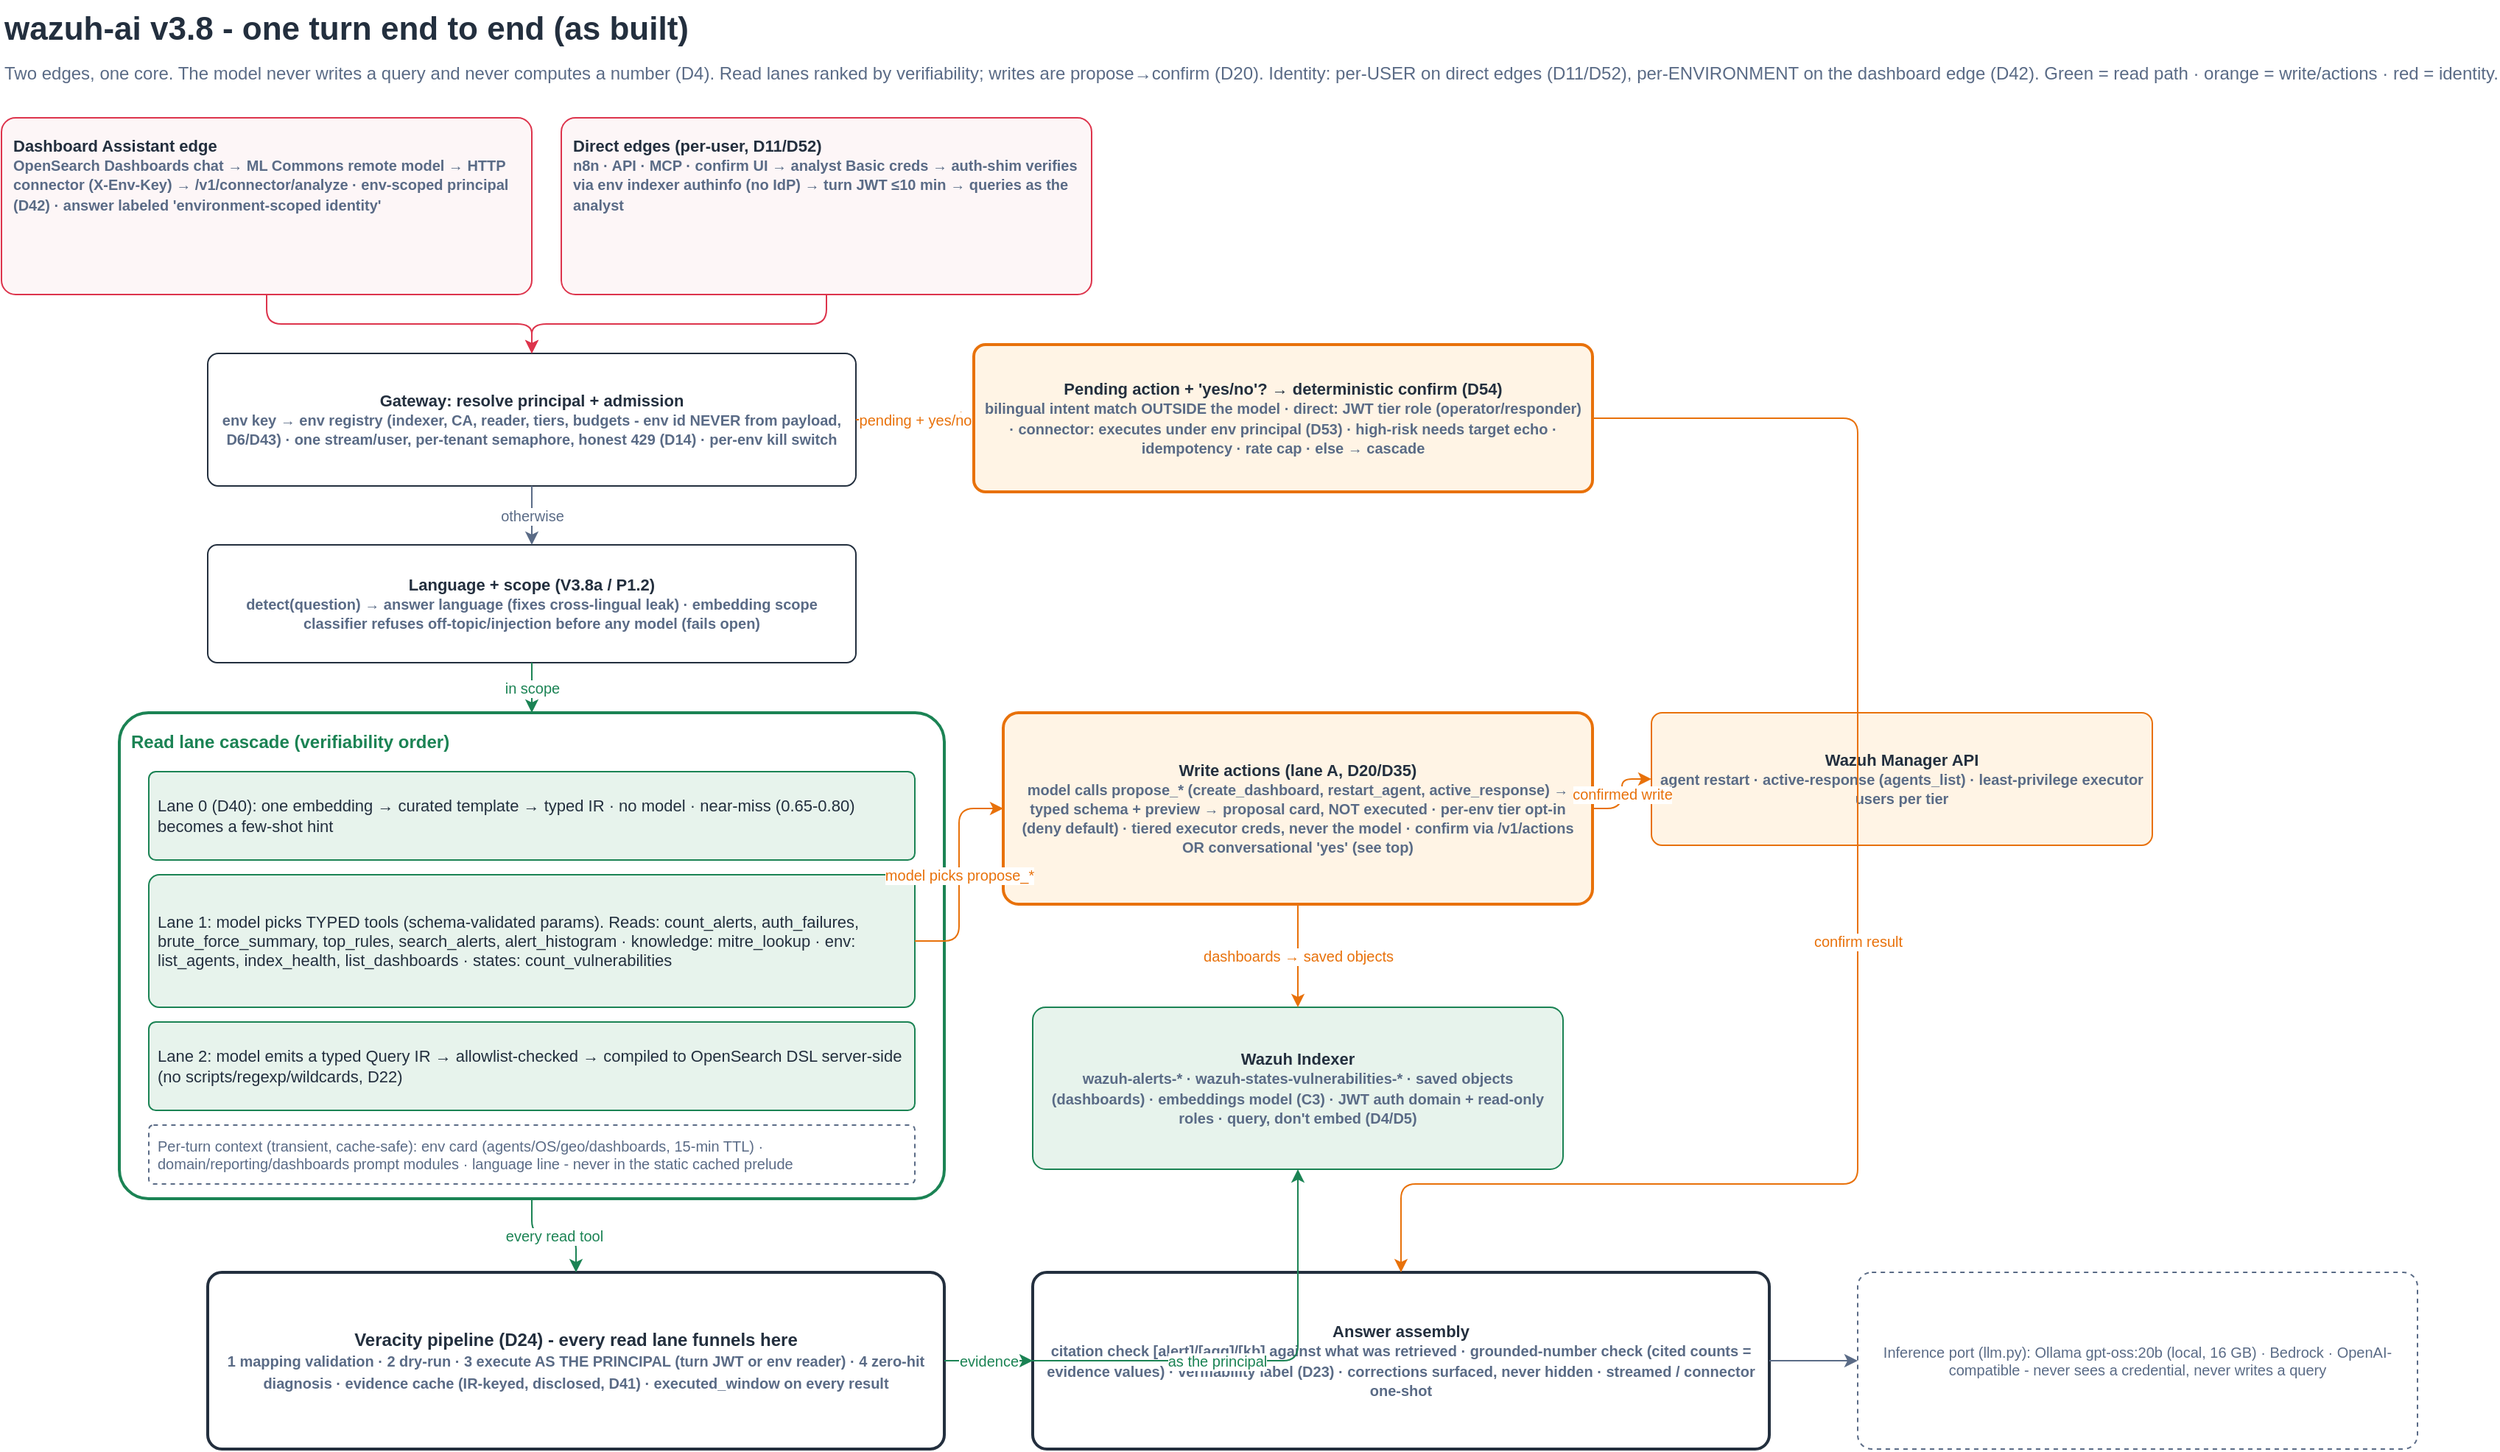
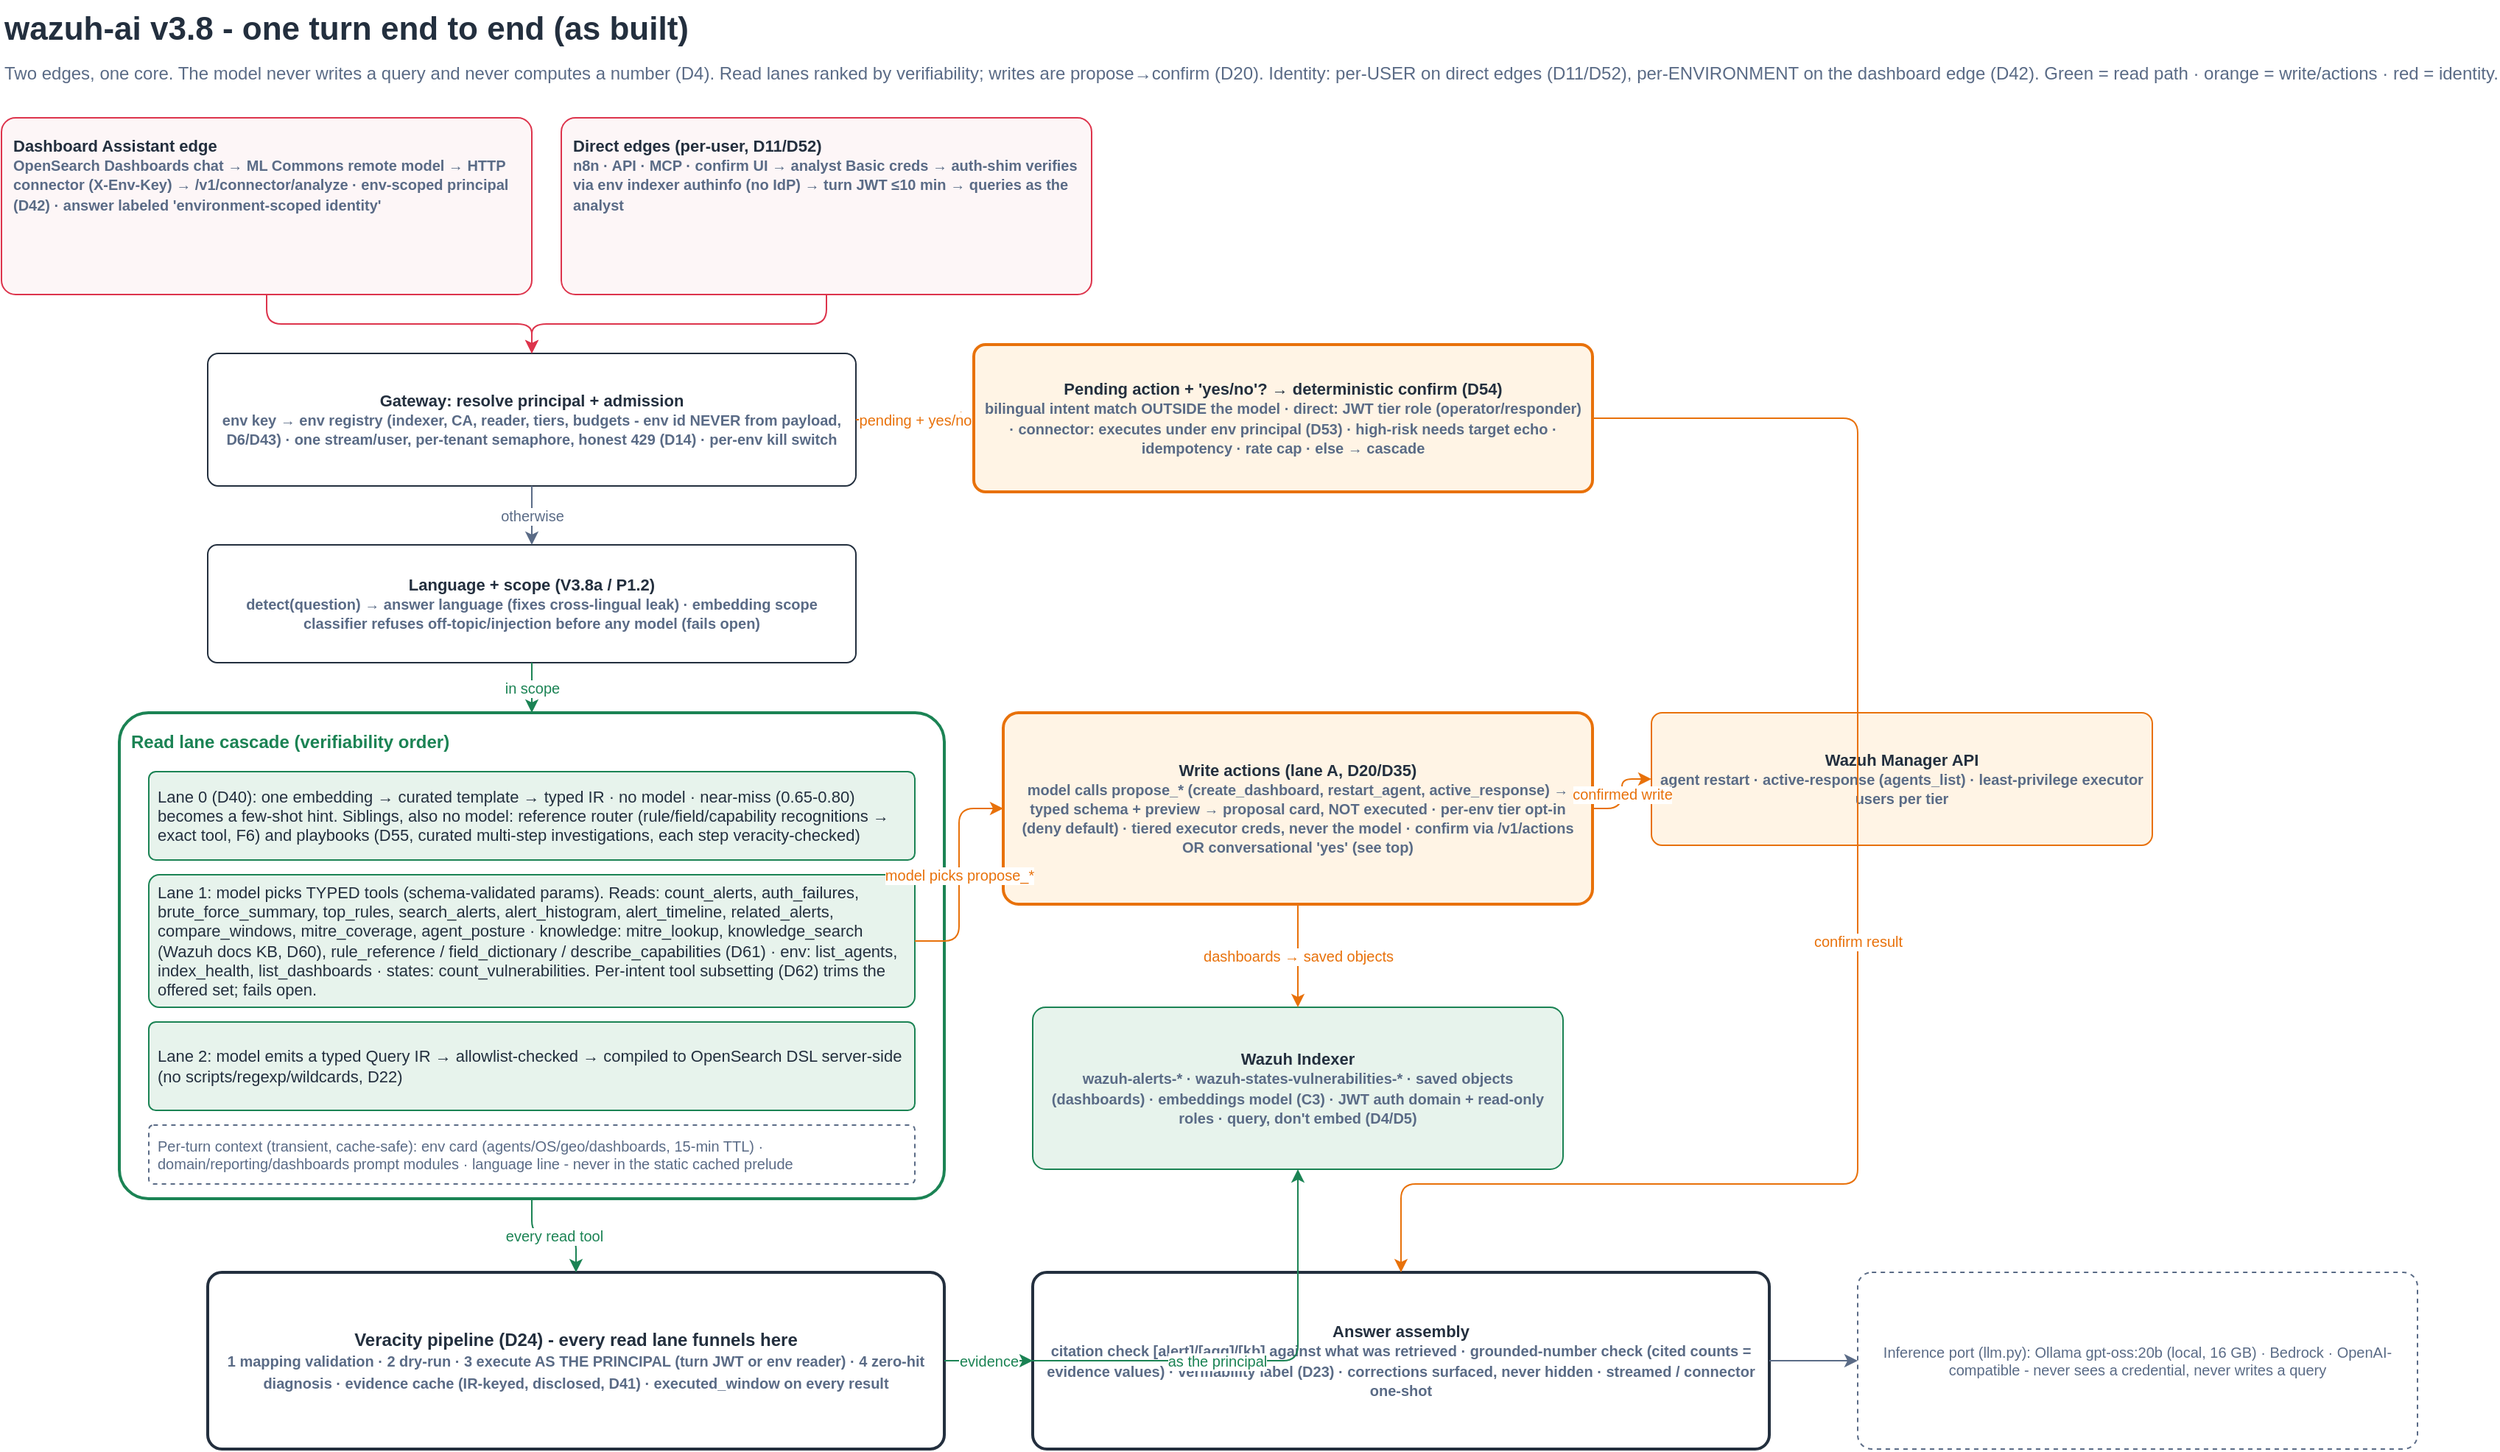
<mxfile host="app.diagrams.net" type="device" version="24.7.17">
  <diagram id="wf" name="v3.8 turn workflow (as built)">
    <mxGraphModel dx="1400" dy="820" grid="0" gridSize="10" guides="1" tooltips="1" connect="1" arrows="1" fold="1" page="1" pageScale="1" pageWidth="1720" pageHeight="1120" math="0" shadow="0">
      <root>
        <mxCell id="0"/>
        <mxCell id="1" parent="0"/>
        <mxCell id="t" value="wazuh-ai v3.8 - one turn end to end (as built)" style="text;html=1;fontSize=22;fontStyle=1;fontColor=#232F3E;align=left;" vertex="1" parent="1"><mxGeometry x="40" y="16" width="1500" height="32" as="geometry"/></mxCell>
        <mxCell id="s" value="Two edges, one core. The model never writes a query and never computes a number (D4). Read lanes ranked by verifiability; writes are propose→confirm (D20). Identity: per-USER on direct edges (D11/D52), per-ENVIRONMENT on the dashboard edge (D42). Green = read path · orange = write/actions · red = identity." style="text;html=1;fontSize=12;fontColor=#5A6B86;align=left;" vertex="1" parent="1"><mxGeometry x="40" y="52" width="1640" height="20" as="geometry"/></mxCell>

        <!-- entry edges -->
        <mxCell id="e_dash" value="Dashboard Assistant edge&lt;br&gt;&lt;font style=&quot;font-size:10px&quot; color=&quot;#5A6B86&quot;&gt;OpenSearch Dashboards chat → ML Commons remote model → HTTP connector (X-Env-Key) → /v1/connector/analyze · env-scoped principal (D42) · answer labeled &#39;environment-scoped identity&#39;&lt;/font&gt;" style="rounded=1;whiteSpace=wrap;html=1;fillColor=#FDF6F7;strokeColor=#DD344C;fontColor=#232F3E;fontSize=11;fontStyle=1;align=left;verticalAlign=top;spacing=8;arcSize=8;" vertex="1" parent="1"><mxGeometry x="40" y="96" width="360" height="120" as="geometry"/></mxCell>
        <mxCell id="e_direct" value="Direct edges (per-user, D11/D52)&lt;br&gt;&lt;font style=&quot;font-size:10px&quot; color=&quot;#5A6B86&quot;&gt;n8n · API · MCP · confirm UI → analyst Basic creds → auth-shim verifies via env indexer authinfo (no IdP) → turn JWT ≤10 min → queries as the analyst&lt;/font&gt;" style="rounded=1;whiteSpace=wrap;html=1;fillColor=#FDF6F7;strokeColor=#DD344C;fontColor=#232F3E;fontSize=11;fontStyle=1;align=left;verticalAlign=top;spacing=8;arcSize=8;" vertex="1" parent="1"><mxGeometry x="420" y="96" width="360" height="120" as="geometry"/></mxCell>

        <!-- admission + env resolve -->
        <mxCell id="adm" value="Gateway: resolve principal + admission&lt;br&gt;&lt;font style=&quot;font-size:10px&quot; color=&quot;#5A6B86&quot;&gt;env key → env registry (indexer, CA, reader, tiers, budgets - env id NEVER from payload, D6/D43) · one stream/user, per-tenant semaphore, honest 429 (D14) · per-env kill switch&lt;/font&gt;" style="rounded=1;whiteSpace=wrap;html=1;fillColor=#FFFFFF;strokeColor=#232F3E;fontColor=#232F3E;fontSize=11;fontStyle=1;align=center;verticalAlign=middle;spacing=6;arcSize=8;" vertex="1" parent="1"><mxGeometry x="180" y="256" width="440" height="90" as="geometry"/></mxCell>

        <!-- confirm short-circuit -->
        <mxCell id="conf" value="Pending action + &#39;yes/no&#39;? → deterministic confirm (D54)&lt;br&gt;&lt;font style=&quot;font-size:10px&quot; color=&quot;#5A6B86&quot;&gt;bilingual intent match OUTSIDE the model · direct: JWT tier role (operator/responder) · connector: executes under env principal (D53) · high-risk needs target echo · idempotency · rate cap · else → cascade&lt;/font&gt;" style="rounded=1;whiteSpace=wrap;html=1;fillColor=#FFF4E5;strokeColor=#E8710A;strokeWidth=2;fontColor=#232F3E;fontSize=11;fontStyle=1;align=center;verticalAlign=middle;spacing=6;arcSize=8;" vertex="1" parent="1"><mxGeometry x="700" y="250" width="420" height="100" as="geometry"/></mxCell>

        <!-- language + scope -->
        <mxCell id="lang" value="Language + scope (V3.8a / P1.2)&lt;br&gt;&lt;font style=&quot;font-size:10px&quot; color=&quot;#5A6B86&quot;&gt;detect(question) → answer language (fixes cross-lingual leak) · embedding scope classifier refuses off-topic/injection before any model (fails open)&lt;/font&gt;" style="rounded=1;whiteSpace=wrap;html=1;fillColor=#FFFFFF;strokeColor=#232F3E;fontColor=#232F3E;fontSize=11;fontStyle=1;align=center;verticalAlign=middle;spacing=6;arcSize=8;" vertex="1" parent="1"><mxGeometry x="180" y="386" width="440" height="80" as="geometry"/></mxCell>

        <!-- lane cascade -->
        <mxCell id="cascade" value="Read lane cascade (verifiability order)" style="rounded=1;whiteSpace=wrap;html=1;fillColor=none;strokeColor=#1B8354;strokeWidth=2;fontColor=#1B8354;fontSize=12;fontStyle=1;align=left;verticalAlign=top;spacing=8;arcSize=6;" vertex="1" parent="1"><mxGeometry x="120" y="500" width="560" height="330" as="geometry"/></mxCell>
-         <mxCell id="l0" value="Lane 0 (D40): one embedding → curated template → typed IR · no model · near-miss (0.65-0.80) becomes a few-shot hint" style="rounded=1;whiteSpace=wrap;html=1;fillColor=#E7F3EC;strokeColor=#1B8354;fontColor=#232F3E;fontSize=11;align=left;verticalAlign=middle;spacing=6;arcSize=8;" vertex="1" parent="cascade"><mxGeometry x="20" y="40" width="520" height="60" as="geometry"/></mxCell>
-         <mxCell id="l1" value="Lane 1: model picks TYPED tools (schema-validated params). Reads: count_alerts, auth_failures, brute_force_summary, top_rules, search_alerts, alert_histogram · knowledge: mitre_lookup · env: list_agents, index_health, list_dashboards · states: count_vulnerabilities" style="rounded=1;whiteSpace=wrap;html=1;fillColor=#E7F3EC;strokeColor=#1B8354;fontColor=#232F3E;fontSize=11;align=left;verticalAlign=middle;spacing=6;arcSize=8;" vertex="1" parent="cascade"><mxGeometry x="20" y="110" width="520" height="90" as="geometry"/></mxCell>
+         <mxCell id="l0" value="Lane 0 (D40): one embedding → curated template → typed IR · no model · near-miss (0.65-0.80) becomes a few-shot hint. Siblings, also no model: reference router (rule/field/capability recognitions → exact tool, F6) and playbooks (D55, curated multi-step investigations, each step veracity-checked)" style="rounded=1;whiteSpace=wrap;html=1;fillColor=#E7F3EC;strokeColor=#1B8354;fontColor=#232F3E;fontSize=11;align=left;verticalAlign=middle;spacing=6;arcSize=8;" vertex="1" parent="cascade"><mxGeometry x="20" y="40" width="520" height="60" as="geometry"/></mxCell>
+         <mxCell id="l1" value="Lane 1: model picks TYPED tools (schema-validated params). Reads: count_alerts, auth_failures, brute_force_summary, top_rules, search_alerts, alert_histogram, alert_timeline, related_alerts, compare_windows, mitre_coverage, agent_posture · knowledge: mitre_lookup, knowledge_search (Wazuh docs KB, D60), rule_reference / field_dictionary / describe_capabilities (D61) · env: list_agents, index_health, list_dashboards · states: count_vulnerabilities. Per-intent tool subsetting (D62) trims the offered set; fails open." style="rounded=1;whiteSpace=wrap;html=1;fillColor=#E7F3EC;strokeColor=#1B8354;fontColor=#232F3E;fontSize=11;align=left;verticalAlign=middle;spacing=6;arcSize=8;" vertex="1" parent="cascade"><mxGeometry x="20" y="110" width="520" height="90" as="geometry"/></mxCell>
        <mxCell id="l2" value="Lane 2: model emits a typed Query IR → allowlist-checked → compiled to OpenSearch DSL server-side (no scripts/regexp/wildcards, D22)" style="rounded=1;whiteSpace=wrap;html=1;fillColor=#E7F3EC;strokeColor=#1B8354;fontColor=#232F3E;fontSize=11;align=left;verticalAlign=middle;spacing=6;arcSize=8;" vertex="1" parent="cascade"><mxGeometry x="20" y="210" width="520" height="60" as="geometry"/></mxCell>
        <mxCell id="ctx" value="Per-turn context (transient, cache-safe): env card (agents/OS/geo/dashboards, 15-min TTL) · domain/reporting/dashboards prompt modules · language line - never in the static cached prelude" style="rounded=1;whiteSpace=wrap;html=1;fillColor=#FFFFFF;strokeColor=#5A6B86;dashed=1;fontColor=#5A6B86;fontSize=10;align=left;verticalAlign=middle;spacing=6;arcSize=8;" vertex="1" parent="cascade"><mxGeometry x="20" y="280" width="520" height="40" as="geometry"/></mxCell>

        <!-- actions propose -->
        <mxCell id="act" value="Write actions (lane A, D20/D35)&lt;br&gt;&lt;font style=&quot;font-size:10px&quot; color=&quot;#5A6B86&quot;&gt;model calls propose_* (create_dashboard, restart_agent, active_response) → typed schema + preview → proposal card, NOT executed · per-env tier opt-in (deny default) · tiered executor creds, never the model · confirm via /v1/actions OR conversational &#39;yes&#39; (see top)&lt;/font&gt;" style="rounded=1;whiteSpace=wrap;html=1;fillColor=#FFF4E5;strokeColor=#E8710A;strokeWidth=2;fontColor=#232F3E;fontSize=11;fontStyle=1;align=center;verticalAlign=middle;spacing=6;arcSize=8;" vertex="1" parent="1"><mxGeometry x="720" y="500" width="400" height="130" as="geometry"/></mxCell>

        <!-- veracity -->
        <mxCell id="ver" value="Veracity pipeline (D24) - every read lane funnels here&lt;br&gt;&lt;font style=&quot;font-size:10px&quot; color=&quot;#5A6B86&quot;&gt;1 mapping validation · 2 dry-run · 3 execute AS THE PRINCIPAL (turn JWT or env reader) · 4 zero-hit diagnosis · evidence cache (IR-keyed, disclosed, D41) · executed_window on every result&lt;/font&gt;" style="rounded=1;whiteSpace=wrap;html=1;fillColor=#FFFFFF;strokeColor=#232F3E;strokeWidth=2;fontColor=#232F3E;fontSize=12;fontStyle=1;align=center;verticalAlign=middle;spacing=6;arcSize=8;" vertex="1" parent="1"><mxGeometry x="180" y="880" width="500" height="120" as="geometry"/></mxCell>

        <!-- indexer / manager -->
        <mxCell id="idx" value="Wazuh Indexer&lt;br&gt;&lt;font style=&quot;font-size:10px&quot; color=&quot;#5A6B86&quot;&gt;wazuh-alerts-* · wazuh-states-vulnerabilities-* · saved objects (dashboards) · embeddings model (C3) · JWT auth domain + read-only roles · query, don&#39;t embed (D4/D5)&lt;/font&gt;" style="rounded=1;whiteSpace=wrap;html=1;fillColor=#E7F3EC;strokeColor=#1B8354;fontColor=#232F3E;fontSize=11;fontStyle=1;align=center;verticalAlign=middle;spacing=6;arcSize=8;" vertex="1" parent="1"><mxGeometry x="740" y="700" width="360" height="110" as="geometry"/></mxCell>
        <mxCell id="mgr" value="Wazuh Manager API&lt;br&gt;&lt;font style=&quot;font-size:10px&quot; color=&quot;#5A6B86&quot;&gt;agent restart · active-response (agents_list) · least-privilege executor users per tier&lt;/font&gt;" style="rounded=1;whiteSpace=wrap;html=1;fillColor=#FFF4E5;strokeColor=#E8710A;fontColor=#232F3E;fontSize=11;fontStyle=1;align=center;verticalAlign=middle;spacing=6;arcSize=8;" vertex="1" parent="1"><mxGeometry x="1160" y="500" width="340" height="90" as="geometry"/></mxCell>

        <!-- synthesis / answer -->
        <mxCell id="ans" value="Answer assembly&lt;br&gt;&lt;font style=&quot;font-size:10px&quot; color=&quot;#5A6B86&quot;&gt;citation check [alert]/[agg]/[kb] against what was retrieved · grounded-number check (cited counts = evidence values) · verifiability label (D23) · corrections surfaced, never hidden · streamed / connector one-shot&lt;/font&gt;" style="rounded=1;whiteSpace=wrap;html=1;fillColor=#FFFFFF;strokeColor=#232F3E;strokeWidth=2;fontColor=#232F3E;fontSize=11;fontStyle=1;align=center;verticalAlign=middle;spacing=6;arcSize=8;" vertex="1" parent="1"><mxGeometry x="740" y="880" width="500" height="120" as="geometry"/></mxCell>
        <mxCell id="prov" value="Inference port (llm.py): Ollama gpt-oss:20b (local, 16 GB) · Bedrock · OpenAI-compatible - never sees a credential, never writes a query" style="rounded=1;whiteSpace=wrap;html=1;fillColor=#FFFFFF;strokeColor=#5A6B86;dashed=1;fontColor=#5A6B86;fontSize=10;align=center;verticalAlign=middle;spacing=6;arcSize=8;" vertex="1" parent="1"><mxGeometry x="1300" y="880" width="380" height="120" as="geometry"/></mxCell>

        <!-- edges -->
        <mxCell id="ed1" style="edgeStyle=orthogonalEdgeStyle;rounded=1;html=1;strokeColor=#DD344C;fontColor=#DD344C;fontSize=10;" edge="1" parent="1" source="e_dash" target="adm"><mxGeometry relative="1" as="geometry"/></mxCell>
        <mxCell id="ed2" style="edgeStyle=orthogonalEdgeStyle;rounded=1;html=1;strokeColor=#DD344C;fontColor=#DD344C;fontSize=10;" edge="1" parent="1" source="e_direct" target="adm"><mxGeometry relative="1" as="geometry"/></mxCell>
        <mxCell id="ed3" value="pending + yes/no" style="edgeStyle=orthogonalEdgeStyle;rounded=1;html=1;strokeColor=#E8710A;fontColor=#E8710A;fontSize=10;" edge="1" parent="1" source="adm" target="conf"><mxGeometry relative="1" as="geometry"/></mxCell>
        <mxCell id="ed4" value="otherwise" style="edgeStyle=orthogonalEdgeStyle;rounded=1;html=1;strokeColor=#5A6B86;fontColor=#5A6B86;fontSize=10;" edge="1" parent="1" source="adm" target="lang"><mxGeometry relative="1" as="geometry"/></mxCell>
        <mxCell id="ed5" value="in scope" style="edgeStyle=orthogonalEdgeStyle;rounded=1;html=1;strokeColor=#1B8354;fontColor=#1B8354;fontSize=10;" edge="1" parent="1" source="lang" target="cascade"><mxGeometry relative="1" as="geometry"/></mxCell>
        <mxCell id="ed6" value="model picks propose_*" style="edgeStyle=orthogonalEdgeStyle;rounded=1;html=1;strokeColor=#E8710A;fontColor=#E8710A;fontSize=10;" edge="1" parent="1" source="l1" target="act"><mxGeometry relative="1" as="geometry"/></mxCell>
        <mxCell id="ed7" value="every read tool" style="edgeStyle=orthogonalEdgeStyle;rounded=1;html=1;strokeColor=#1B8354;fontColor=#1B8354;fontSize=10;" edge="1" parent="1" source="cascade" target="ver"><mxGeometry relative="1" as="geometry"/></mxCell>
        <mxCell id="ed8" value="as the principal" style="edgeStyle=orthogonalEdgeStyle;rounded=1;html=1;strokeColor=#1B8354;fontColor=#1B8354;fontSize=10;" edge="1" parent="1" source="ver" target="idx"><mxGeometry relative="1" as="geometry"/></mxCell>
        <mxCell id="ed9" value="confirmed write" style="edgeStyle=orthogonalEdgeStyle;rounded=1;html=1;strokeColor=#E8710A;fontColor=#E8710A;fontSize=10;" edge="1" parent="1" source="act" target="mgr"><mxGeometry relative="1" as="geometry"/></mxCell>
        <mxCell id="ed9b" value="dashboards → saved objects" style="edgeStyle=orthogonalEdgeStyle;rounded=1;html=1;strokeColor=#E8710A;fontColor=#E8710A;fontSize=10;" edge="1" parent="1" source="act" target="idx"><mxGeometry relative="1" as="geometry"/></mxCell>
        <mxCell id="ed10" value="evidence" style="edgeStyle=orthogonalEdgeStyle;rounded=1;html=1;strokeColor=#1B8354;fontColor=#1B8354;fontSize=10;" edge="1" parent="1" source="ver" target="ans"><mxGeometry relative="1" as="geometry"/></mxCell>
        <mxCell id="ed11" value="confirm result" style="edgeStyle=orthogonalEdgeStyle;rounded=1;html=1;strokeColor=#E8710A;fontColor=#E8710A;fontSize=10;" edge="1" parent="1" source="conf" target="ans"><mxGeometry relative="1" as="geometry"><Array as="points"><mxPoint x="1300" y="300"/><mxPoint x="1300" y="820"/></Array></mxGeometry></mxCell>
        <mxCell id="ed12" style="edgeStyle=orthogonalEdgeStyle;rounded=1;html=1;strokeColor=#5A6B86;fontColor=#5A6B86;fontSize=10;" edge="1" parent="1" source="ans" target="prov"><mxGeometry relative="1" as="geometry"/></mxCell>
      </root>
    </mxGraphModel>
  </diagram>
</mxfile>
